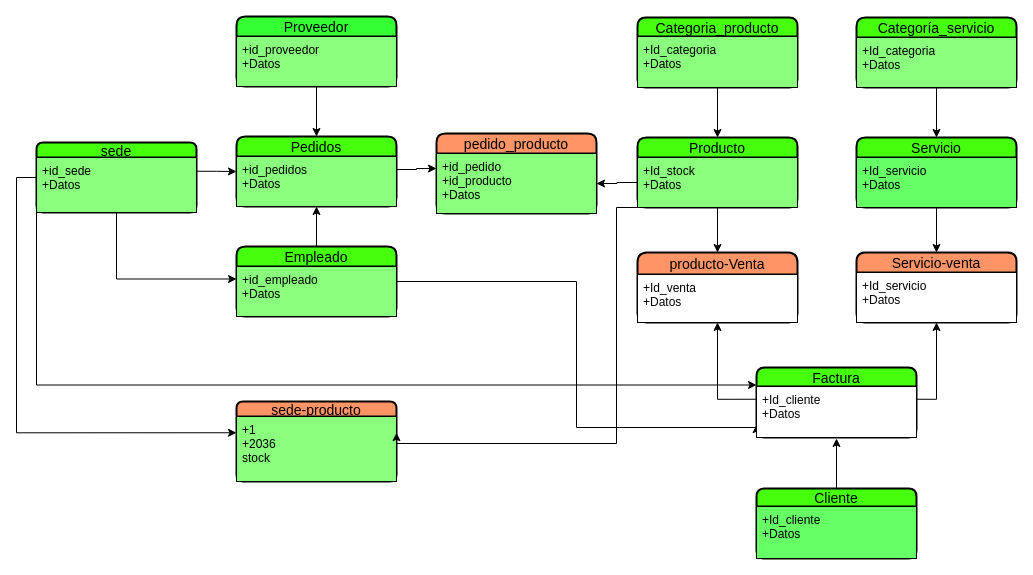
Above: Diagrama sin título.drawio in MikhersAgustiniana/Diagrama-MER (draw.io), before the change. Source tidied: cells renumbered, new cells numbered last; positions are measured from the earlier drawing's top-left corner, leaving out a move shared by most shapes. Both pictures are drawn from the tidied source at 100%, with x=0, y=0 at pixel (36, 16).
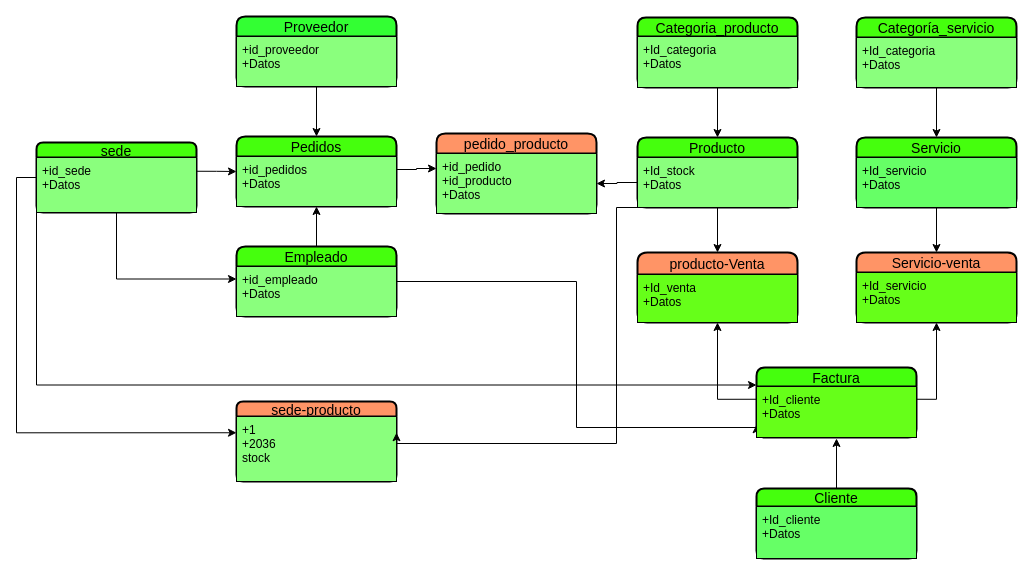
The same page after the edit.

The change refers to these unchanged cells:
```xml
<mxCell id="18" value="producto-Venta" style="swimlane;horizontal=1;startSize=22;rounded=1;fontSize=14;fontStyle=0;strokeWidth=2;shadow=0;dashed=0;align=center;fillColor=#FF9466;strokeColor=#000000;" parent="1" vertex="1">
  <mxGeometry x="601" y="236" width="160" height="70" as="geometry" />
</mxCell>
<mxCell id="20" value="Servicio-venta" style="swimlane;horizontal=1;startSize=20;rounded=1;fontSize=14;fontStyle=0;strokeWidth=2;shadow=0;dashed=0;align=center;fillColor=#FF9466;strokeColor=#000000;" parent="1" vertex="1">
  <mxGeometry x="820" y="236" width="160" height="70" as="geometry" />
</mxCell>
<mxCell id="41" value="Factura" style="swimlane;horizontal=1;startSize=19;rounded=1;fontSize=14;fontStyle=0;strokeWidth=2;shadow=0;dashed=0;align=center;fillColor=#45FF0D;strokeColor=#000000;" parent="1" vertex="1">
  <mxGeometry x="720" y="351" width="160" height="70" as="geometry" />
</mxCell>
```

The edit, as a diff of the source:
```diff
@@
-    <mxCell id="19" value="+Id_venta&#10;+Datos" style="align=left;strokeColor=#000000;fillColor=#FFFFFF;spacingLeft=4;fontSize=12;verticalAlign=top;" parent="18" vertex="1">
+    <mxCell id="19" value="+Id_venta&#10;+Datos" style="align=left;strokeColor=#000000;fillColor=#66FF19;spacingLeft=4;fontSize=12;verticalAlign=top;" parent="18" vertex="1">
       <mxGeometry y="22" width="160" height="48" as="geometry" />
     </mxCell>
@@
-    <mxCell id="21" value="+Id_servicio&#10;+Datos" style="align=left;strokeColor=#000000;fillColor=#FFFFFF;spacingLeft=4;fontSize=12;verticalAlign=top;" parent="20" vertex="1">
+    <mxCell id="21" value="+Id_servicio&#10;+Datos" style="align=left;strokeColor=#000000;fillColor=#66FF19;spacingLeft=4;fontSize=12;verticalAlign=top;" parent="20" vertex="1">
       <mxGeometry y="20" width="160" height="50" as="geometry" />
     </mxCell>
@@
-    <mxCell id="42" value="+Id_cliente&#10;+Datos" style="align=left;strokeColor=#000000;fillColor=#FFFFFF;spacingLeft=4;fontSize=12;verticalAlign=top;" parent="41" vertex="1">
+    <mxCell id="42" value="+Id_cliente&#10;+Datos" style="align=left;strokeColor=#000000;fillColor=#66FF19;spacingLeft=4;fontSize=12;verticalAlign=top;" parent="41" vertex="1">
       <mxGeometry y="19" width="160" height="51" as="geometry" />
     </mxCell>
```
